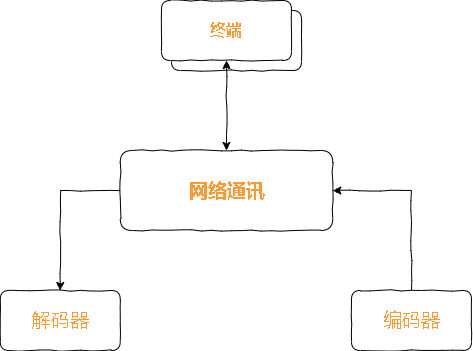
This is test.drawio.png from xktder/draw, a draw.io export, as it was before one commit. Source tidied: cells renumbered, new cells last; positions are measured from the earlier drawing's top-left corner, leaving out a move shared by most shapes.
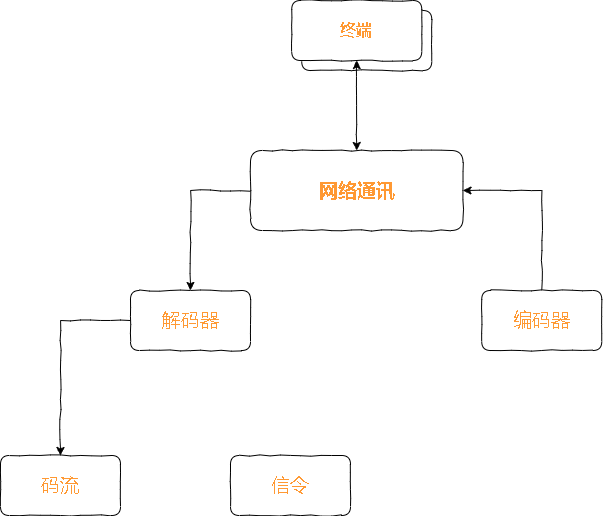
Above is the later version.

Change to the diagram source:
```diff
@@ -3,7 +3,7 @@
     <mxCell id="0" />
     <mxCell id="1" parent="0" />
     <mxCell id="2" style="group;" parent="1" vertex="1">
-      <mxGeometry x="161" width="140" height="70" as="geometry" />
+      <mxGeometry x="161.1" width="140" height="70" as="geometry" />
     </mxCell>
     <mxCell id="3" value="终端" style="rounded=1;whiteSpace=wrap;html=1;gradientColor=none;strokeColor=default;comic=1;" parent="2" vertex="1">
       <mxGeometry x="10" y="10" width="130" height="60" as="geometry" />
@@ -23,11 +23,24 @@
     <mxCell id="8" value="&lt;font style=&quot;font-size: 19px;&quot;&gt;&lt;b&gt;网络通讯&lt;/b&gt;&lt;/font&gt;" style="rounded=1;whiteSpace=wrap;html=1;comic=1;fontSize=16;fontColor=#FF9933;strokeColor=default;gradientColor=none;" parent="1" vertex="1">
       <mxGeometry x="119.8" y="150" width="212.5" height="80" as="geometry" />
     </mxCell>
+    <mxCell id="11" style="edgeStyle=orthogonalEdgeStyle;rounded=0;comic=1;jettySize=auto;html=1;fontSize=19;fontColor=#FF9933;startArrow=none;startFill=0;endArrow=classic;endFill=1;entryX=0.5;entryY=0;entryDx=0;entryDy=0;" parent="1" edge="1" source="9" target="12">
+      <mxGeometry relative="1" as="geometry">
+        <Array as="points">
+          <mxPoint x="-70.2" y="320" />
+        </Array>
+      </mxGeometry>
+    </mxCell>
     <mxCell id="9" value="解码器" style="rounded=1;whiteSpace=wrap;html=1;comic=1;fontSize=19;fontColor=#FF9933;strokeColor=default;gradientColor=none;" parent="1" vertex="1">
       <mxGeometry x="-0.2" y="290" width="120" height="60" as="geometry" />
     </mxCell>
     <mxCell id="10" value="编码器" style="rounded=1;whiteSpace=wrap;html=1;comic=1;fontSize=19;fontColor=#FF9933;strokeColor=default;gradientColor=none;" parent="1" vertex="1">
-      <mxGeometry x="351" y="290" width="120" height="60" as="geometry" />
+      <mxGeometry x="351.1" y="290" width="120" height="60" as="geometry" />
     </mxCell>
+    <mxCell id="12" value="码流" style="rounded=1;whiteSpace=wrap;html=1;comic=1;fontSize=19;fontColor=#FF9933;strokeColor=default;gradientColor=none;" parent="1" vertex="1">
+      <mxGeometry x="-130.2" y="455" width="120" height="60" as="geometry" />
+    </mxCell>
+    <mxCell id="13" value="信令" style="rounded=1;whiteSpace=wrap;html=1;comic=1;fontSize=19;fontColor=#FF9933;strokeColor=default;gradientColor=none;" parent="1" vertex="1">
+      <mxGeometry x="99.8" y="455" width="120" height="60" as="geometry" />
+    </mxCell>
   </root>
 </mxGraphModel>
```
